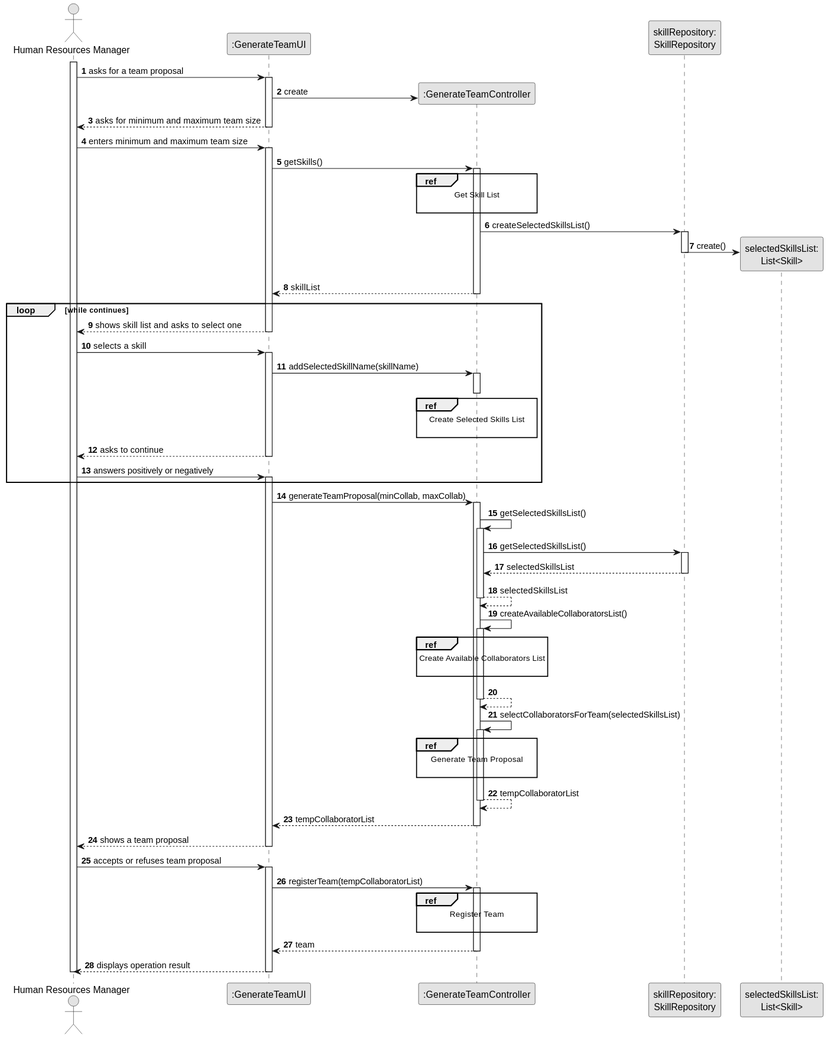
The PlantUML diagram docs/sprintB/us005/03.design/svg/us005-sequence-diagram-split.svg in Departamento-de-Engenharia-Informatica/lei-24-s2-1dm-g132, before a commit.
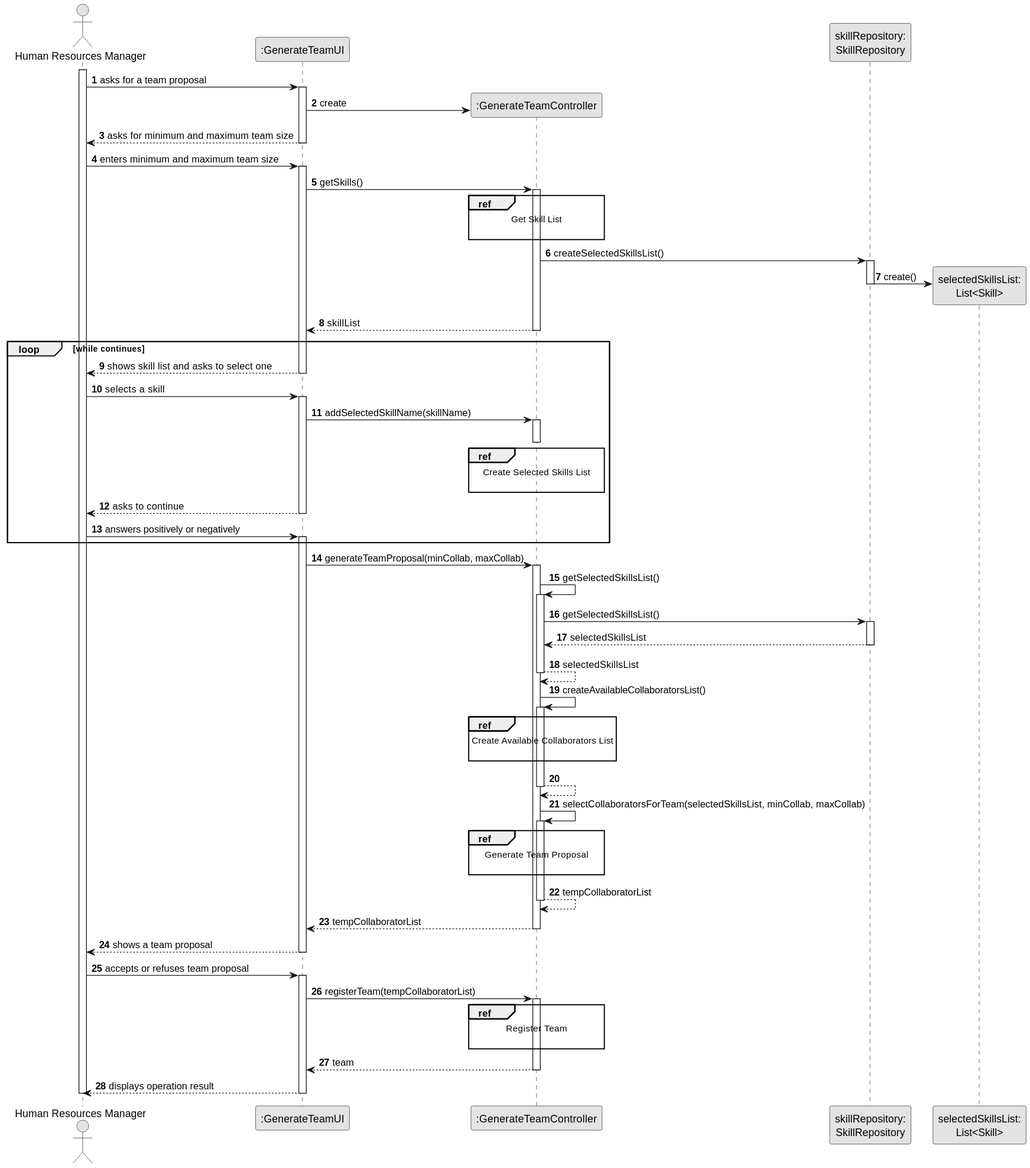
The same file after the commit.

Commit message:
US05 sequence diagrams update

Diff of the diagram source:
```diff
@@ -98,7 +98,7 @@
                 CTRL --> CTRL :
             deactivate CTRL
 
-            CTRL -> CTRL : selectCollaboratorsForTeam(selectedSkillsList)
+            CTRL -> CTRL : selectCollaboratorsForTeam(selectedSkillsList, minCollab, maxCollab)
             activate CTRL
 
                 ref over CTRL
```
